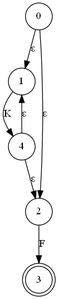
Above: visualization/NFA.gv.png in julia-bel/machine_learning_of_patterns (Graphviz), before the change. Its source is kept beside it as visualization/NFA.gv.
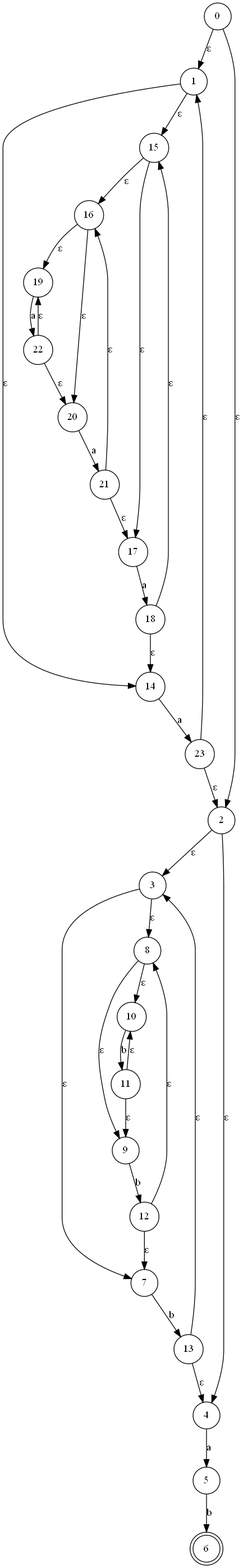
Above is the later version.

The edit, as a diff of the source:
```diff
@@ -3,11 +3,61 @@
 	0 -> 1 [label="ε"]
 	0 -> 2 [label="ε"]
 	2 [shape=circle]
-	2 -> 3 [label=F]
-	3 [shape=doublecircle]
+	2 -> 3 [label="ε"]
+	2 -> 4 [label="ε"]
+	4 [shape=circle]
+	4 -> 5 [label=a]
+	5 [shape=circle]
+	5 -> 6 [label=b]
+	6 [shape=doublecircle]
+	3 [shape=circle]
+	3 -> 7 [label="ε"]
+	3 -> 8 [label="ε"]
+	8 [shape=circle]
+	8 -> 9 [label="ε"]
+	8 -> 10 [label="ε"]
+	10 [shape=circle]
+	10 -> 11 [label=b]
+	11 [shape=circle]
+	11 -> 9 [label="ε"]
+	11 -> 10 [label="ε"]
+	9 [shape=circle]
+	9 -> 12 [label=b]
+	12 [shape=circle]
+	12 -> 7 [label="ε"]
+	12 -> 8 [label="ε"]
+	7 [shape=circle]
+	7 -> 13 [label=b]
+	13 [shape=circle]
+	13 -> 3 [label="ε"]
+	13 -> 4 [label="ε"]
 	1 [shape=circle]
-	1 -> 4 [label=K]
-	4 [shape=circle]
-	4 -> 1 [label="ε"]
-	4 -> 2 [label="ε"]
+	1 -> 14 [label="ε"]
+	1 -> 15 [label="ε"]
+	15 [shape=circle]
+	15 -> 16 [label="ε"]
+	15 -> 17 [label="ε"]
+	17 [shape=circle]
+	17 -> 18 [label=a]
+	18 [shape=circle]
+	18 -> 14 [label="ε"]
+	18 -> 15 [label="ε"]
+	16 [shape=circle]
+	16 -> 19 [label="ε"]
+	16 -> 20 [label="ε"]
+	20 [shape=circle]
+	20 -> 21 [label=a]
+	21 [shape=circle]
+	21 -> 16 [label="ε"]
+	21 -> 17 [label="ε"]
+	19 [shape=circle]
+	19 -> 22 [label=a]
+	22 [shape=circle]
+	22 -> 19 [label="ε"]
+	22 -> 20 [label="ε"]
+	14 [shape=circle]
+	14 -> 23 [label=a]
+	23 [shape=circle]
+	23 -> 1 [label="ε"]
+	23 -> 2 [label="ε"]
 }
```
